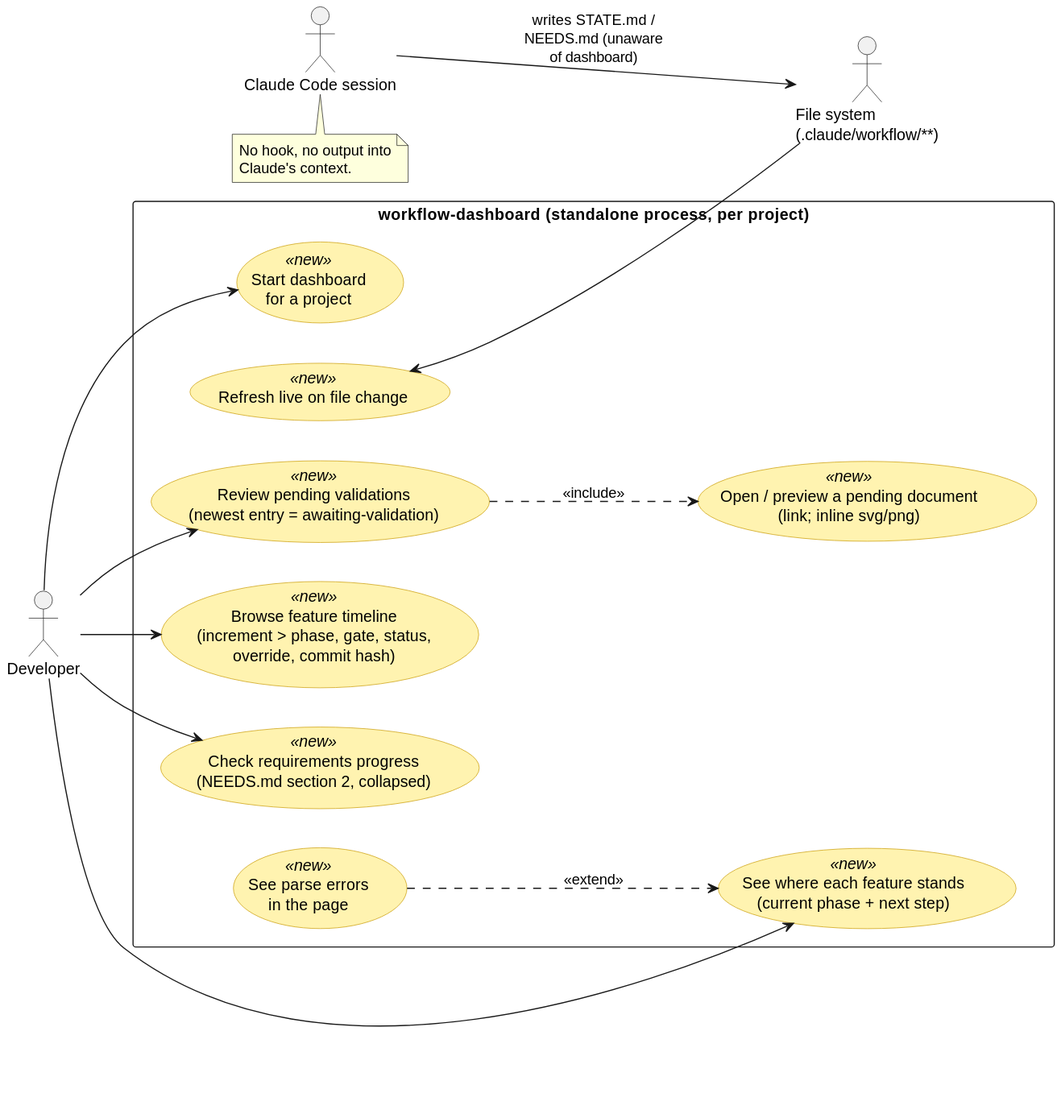
Above: .claude/workflow/workflow-dashboard/workflow-dashboard-use-cases.svg in Boulede987/dotfiles-claude (PlantUML), before the change. The source it was exported from:
```plantuml
@startuml
left to right direction
skinparam packageStyle rectangle
skinparam usecase {
  BackgroundColor<<new>> #FFF3B0
  BorderColor<<new>> #C99A00
}

actor Developer as dev
actor "Claude Code session" as claude
actor "File system\n(.claude/workflow/**)" as fs

rectangle "workflow-dashboard (standalone process, per project)" {
  usecase "Start dashboard\nfor a project" as UC1 <<new>>
  usecase "See where each feature stands\n(current phase + next step)" as UC2 <<new>>
  usecase "Review pending validations\n(newest entry = awaiting-validation)" as UC3 <<new>>
  usecase "Open / preview a pending document\n(link; inline svg/png)" as UC4 <<new>>
  usecase "Browse feature timeline\n(increment > phase, gate, status,\noverride, commit hash)" as UC5 <<new>>
  usecase "Check requirements progress\n(NEEDS.md section 2, collapsed)" as UC6 <<new>>
  usecase "See parse errors\nin the page" as UC7 <<new>>
  usecase "Refresh live on file change" as UC8 <<new>>
}

dev --> UC1
dev --> UC2
dev --> UC3
dev --> UC5
dev --> UC6
UC3 ..> UC4 : <<include>>
UC7 ..> UC2 : <<extend>>
UC8 <-- fs
claude --> fs : writes STATE.md /\nNEEDS.md (unaware\nof dashboard)

note bottom of claude
  No hook, no output into
  Claude's context.
end note
@enduml
```
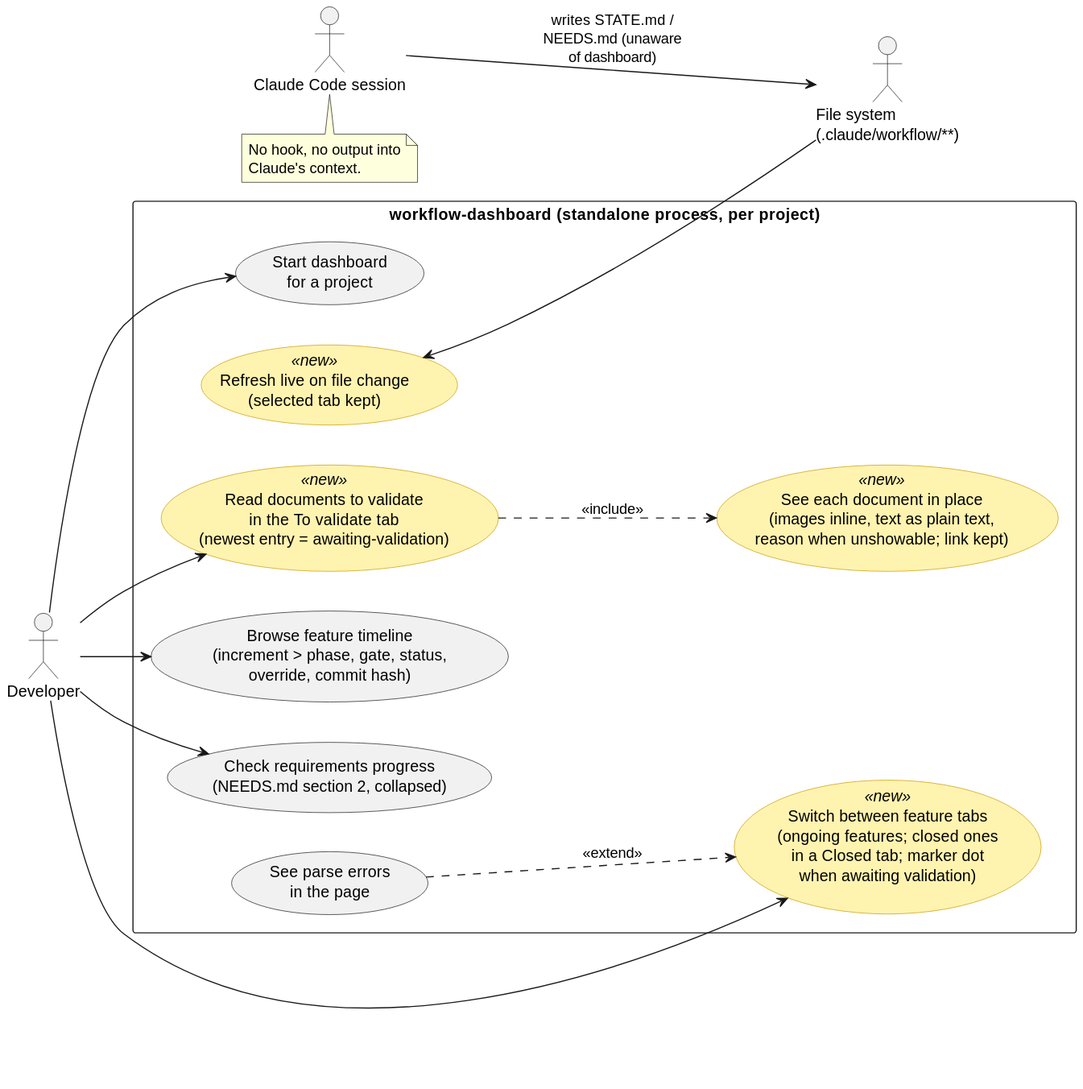
After the commit.

Commit message:
chore(workflow): close increment 2

Diff of the diagram source:
```diff
@@ -11,14 +11,14 @@
 actor "File system\n(.claude/workflow/**)" as fs
 
 rectangle "workflow-dashboard (standalone process, per project)" {
-  usecase "Start dashboard\nfor a project" as UC1 <<new>>
-  usecase "See where each feature stands\n(current phase + next step)" as UC2 <<new>>
-  usecase "Review pending validations\n(newest entry = awaiting-validation)" as UC3 <<new>>
-  usecase "Open / preview a pending document\n(link; inline svg/png)" as UC4 <<new>>
-  usecase "Browse feature timeline\n(increment > phase, gate, status,\noverride, commit hash)" as UC5 <<new>>
-  usecase "Check requirements progress\n(NEEDS.md section 2, collapsed)" as UC6 <<new>>
-  usecase "See parse errors\nin the page" as UC7 <<new>>
-  usecase "Refresh live on file change" as UC8 <<new>>
+  usecase "Start dashboard\nfor a project" as UC1
+  usecase "Switch between feature tabs\n(ongoing features; closed ones\nin a Closed tab; marker dot\nwhen awaiting validation)" as UC2 <<new>>
+  usecase "Read documents to validate\nin the To validate tab\n(newest entry = awaiting-validation)" as UC3 <<new>>
+  usecase "See each document in place\n(images inline, text as plain text,\nreason when unshowable; link kept)" as UC4 <<new>>
+  usecase "Browse feature timeline\n(increment > phase, gate, status,\noverride, commit hash)" as UC5
+  usecase "Check requirements progress\n(NEEDS.md section 2, collapsed)" as UC6
+  usecase "See parse errors\nin the page" as UC7
+  usecase "Refresh live on file change\n(selected tab kept)" as UC8 <<new>>
 }
 
 dev --> UC1
```
